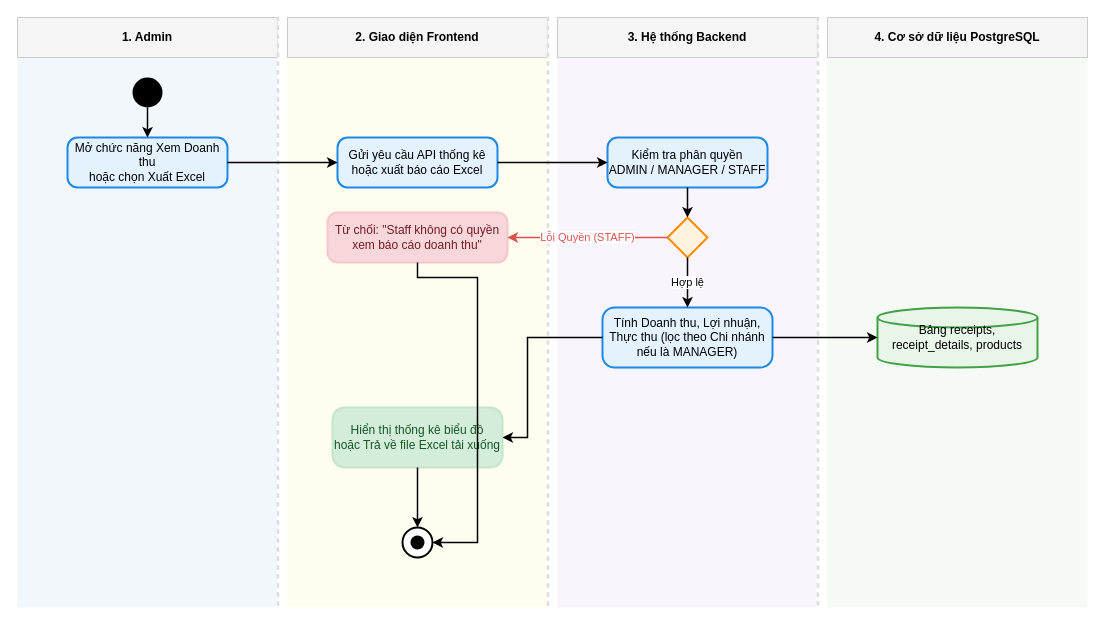
The draw.io diagram diagrams/admin/chuc_nang_doanh_thu_admin.drawio in Nghiatv2006/KhoHang, before the edit. Source tidied: cells renumbered, new cells numbered last; positions are measured from the earlier drawing's top-left corner, leaving out a move shared by most shapes. Both pictures are drawn from the tidied source at 100%, with x=0, y=0 at pixel (17, 17).
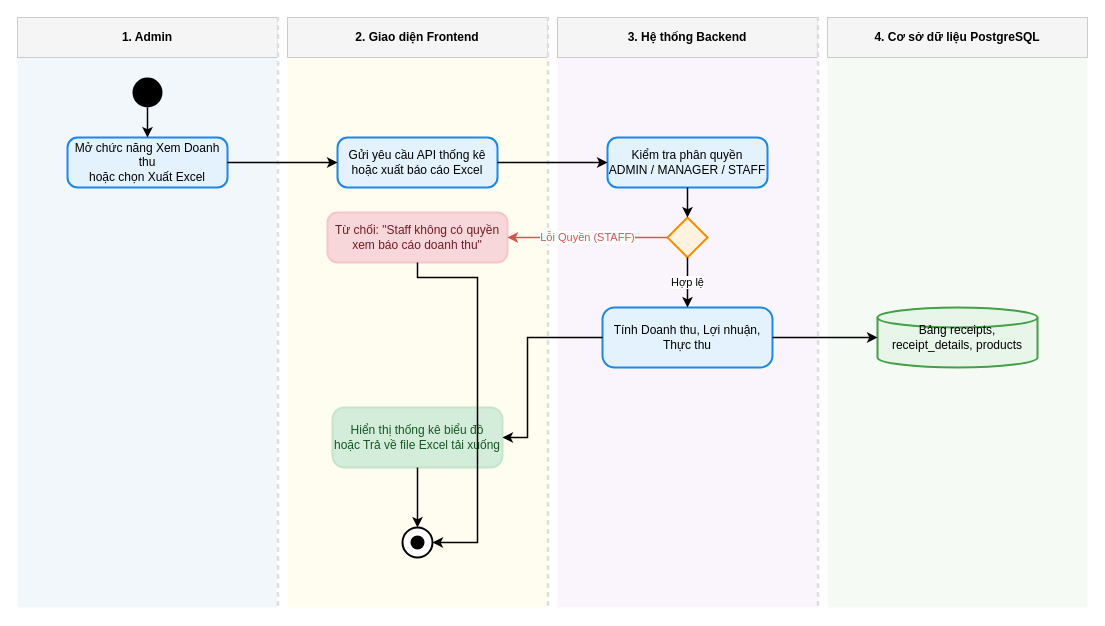
Above is the later version.

Commit message (it also covers changes not shown here):
feat(stocktake,transfer): update business logic and activity diagrams for admin

The edit, as a diff of the source:
```diff
@@
-    <mxCell id="19" value="Tính Doanh thu, Lợi nhuận,&#10;Thực thu (lọc theo Chi nhánh nếu là MANAGER)" style="rounded=1;whiteSpace=wrap;html=1;arcSize=20;fillColor=#e3f2fd;strokeColor=#1e88e5;strokeWidth=2;fontColor=#000000;align=center;" parent="1" vertex="1">
+    <mxCell id="19" value="Tính Doanh thu, Lợi nhuận,&lt;br&gt;Thực thu" style="rounded=1;whiteSpace=wrap;html=1;arcSize=20;fillColor=#e3f2fd;strokeColor=#1e88e5;strokeWidth=2;fontColor=#000000;align=center;" parent="1" vertex="1">
       <mxGeometry x="585" y="290" width="170" height="60" as="geometry" />
     </mxCell>
```
